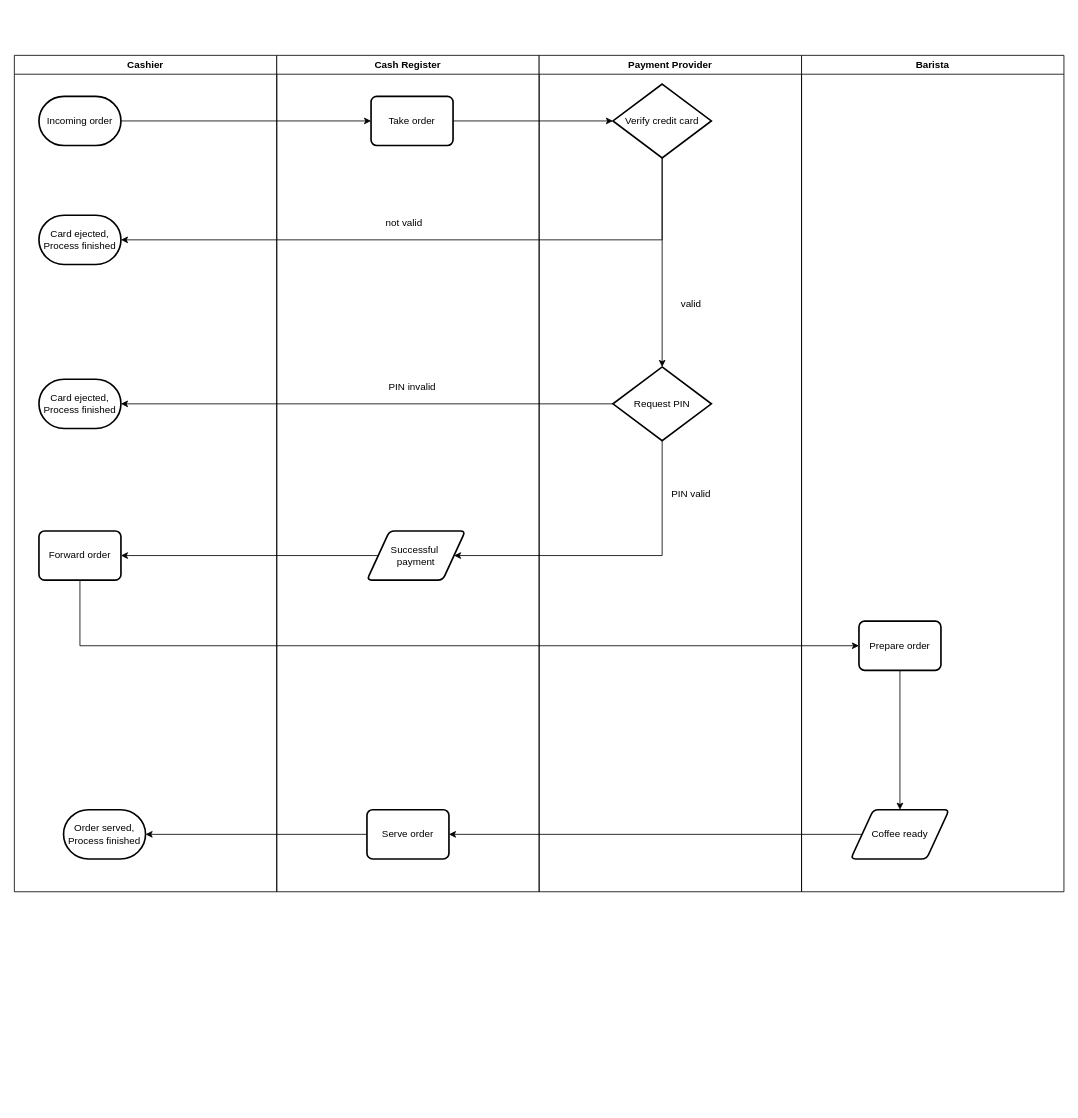
This is Flowchart.drawio from adriennhorvath/architecture, a draw.io file, before an edit. Source tidied: cells renumbered, new cells numbered last; positions are measured from the earlier drawing's top-left corner, leaving out a move shared by most shapes. Both pictures are drawn from the tidied source at 82%, with x=0, y=0 at pixel (14, 55).
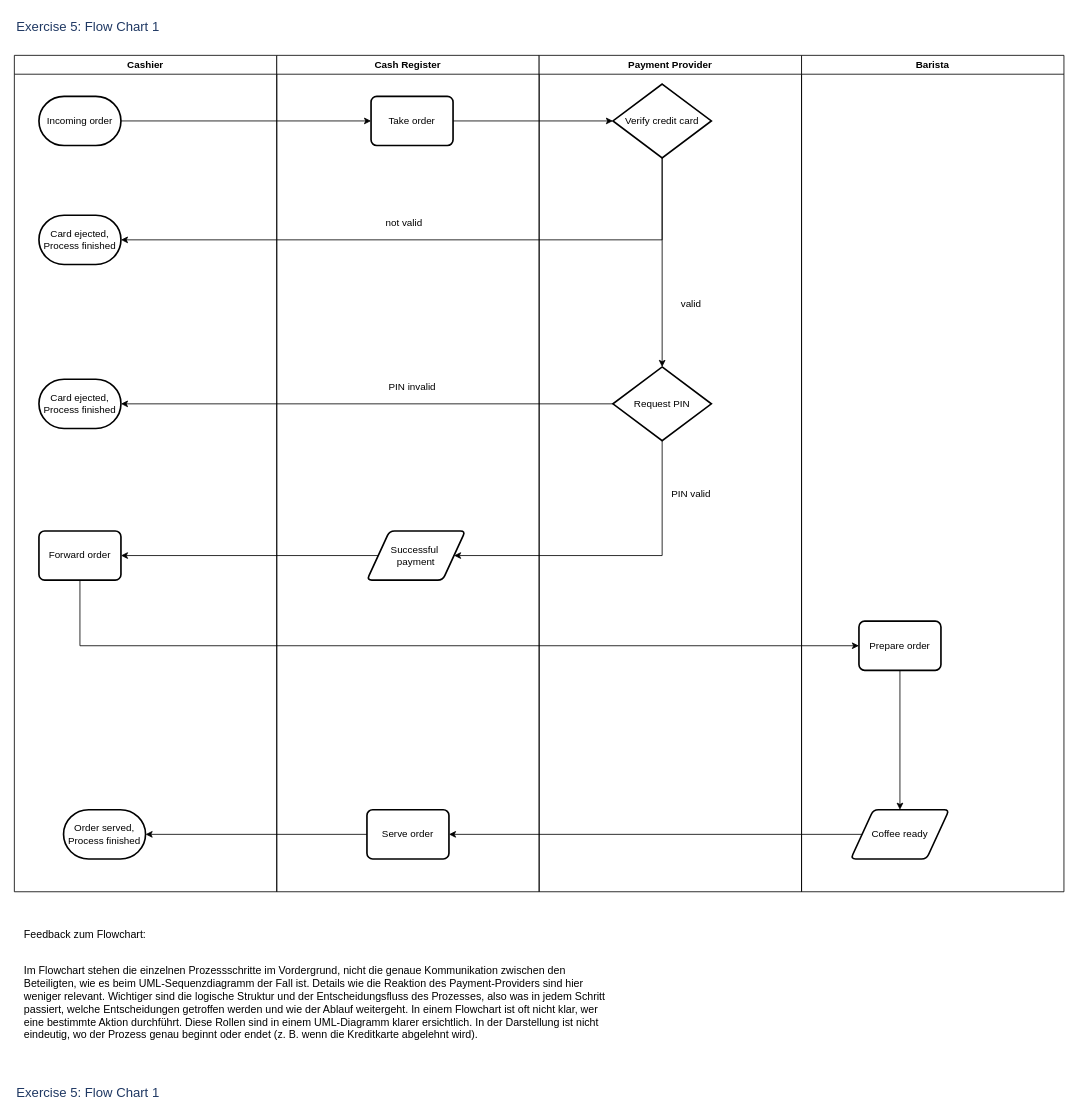
After the change.

The edit, as a diff of the source:
```diff
@@
+    <mxCell id="33" value="&lt;span style=&quot;text-align: start;&quot; id=&quot;docs-internal-guid-c35cb56e-7fff-977a-4dba-418032188825&quot;&gt;&lt;span style=&quot;font-size: 12pt; font-family: Calibri, sans-serif; color: rgb(31, 56, 99); font-variant-ligatures: normal; font-variant-alternates: normal; font-variant-numeric: normal; font-variant-east-asian: normal; font-variant-position: normal; vertical-align: baseline; white-space: pre-wrap;&quot;&gt;Exercise 5: Flow Chart 1&lt;/span&gt;&lt;/span&gt;" style="text;html=1;align=center;verticalAlign=middle;whiteSpace=wrap;rounded=0;" parent="1" vertex="1">
+      <mxGeometry y="-50" width="180" height="30" as="geometry" />
+    </mxCell>
+    <mxCell id="34" value="Feedback zum Flowchart:&amp;nbsp;&lt;div&gt;&lt;br&gt;&lt;/div&gt;&lt;div&gt;&lt;p style=&quot;&quot;&gt;Im Flowchart stehen die einzelnen Prozessschritte im Vordergrund, nicht die genaue Kommunikation zwischen den Beteiligten, wie es beim UML-Sequenzdiagramm der Fall ist. Details wie die Reaktion des Payment-Providers sind hier weniger relevant. Wichtiger sind die logische Struktur und der Entscheidungsfluss des Prozesses, also was in jedem Schritt passiert, welche Entscheidungen getroffen werden und wie der Ablauf weitergeht. In einem Flowchart ist oft nicht klar, wer eine bestimmte Aktion durchführt. Diese Rollen sind in einem UML-Diagramm klarer ersichtlich. In der Darstellung ist nicht eindeutig, wo der Prozess genau beginnt oder endet (z. B. wenn die Kreditkarte abgelehnt wird).&lt;/p&gt;&lt;/div&gt;" style="text;html=1;align=left;verticalAlign=middle;whiteSpace=wrap;rounded=0;fontSize=13;" parent="1" vertex="1">
+      <mxGeometry x="10" y="1060" width="720" height="160" as="geometry" />
+    </mxCell>
+    <mxCell id="35" value="&lt;span style=&quot;text-align: start;&quot; id=&quot;docs-internal-guid-c35cb56e-7fff-977a-4dba-418032188825&quot;&gt;&lt;span style=&quot;font-size: 12pt; font-family: Calibri, sans-serif; color: rgb(31, 56, 99); font-variant-ligatures: normal; font-variant-alternates: normal; font-variant-numeric: normal; font-variant-east-asian: normal; font-variant-position: normal; vertical-align: baseline; white-space: pre-wrap;&quot;&gt;Exercise 5: Flow Chart 1&lt;/span&gt;&lt;/span&gt;" style="text;html=1;align=center;verticalAlign=middle;whiteSpace=wrap;rounded=0;" parent="1" vertex="1">
+      <mxGeometry y="1250" width="180" height="30" as="geometry" />
+    </mxCell>
```
